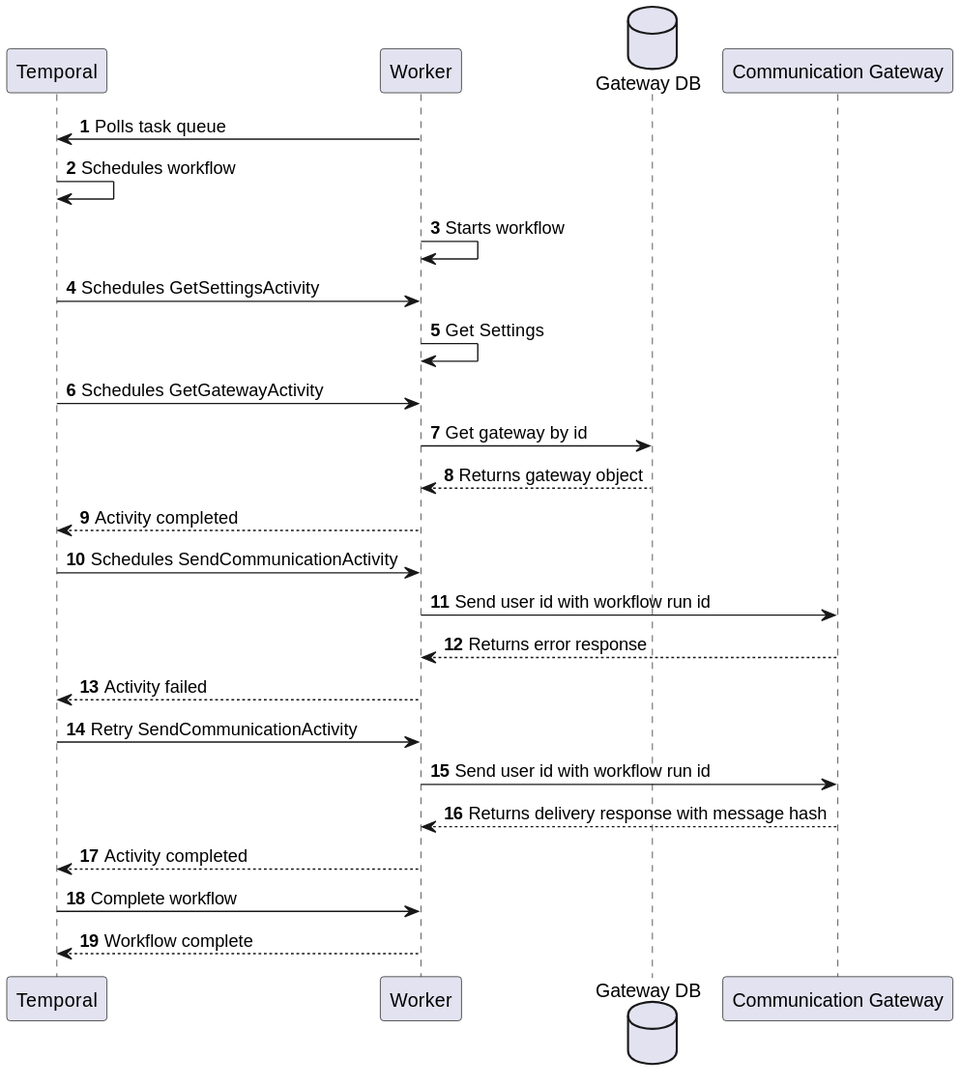
Above: Designs/Images/Sequence Diagrams/SendCommunicationHandleError.svg in CameronWard301/communication_scheduler (PlantUML), before the change.
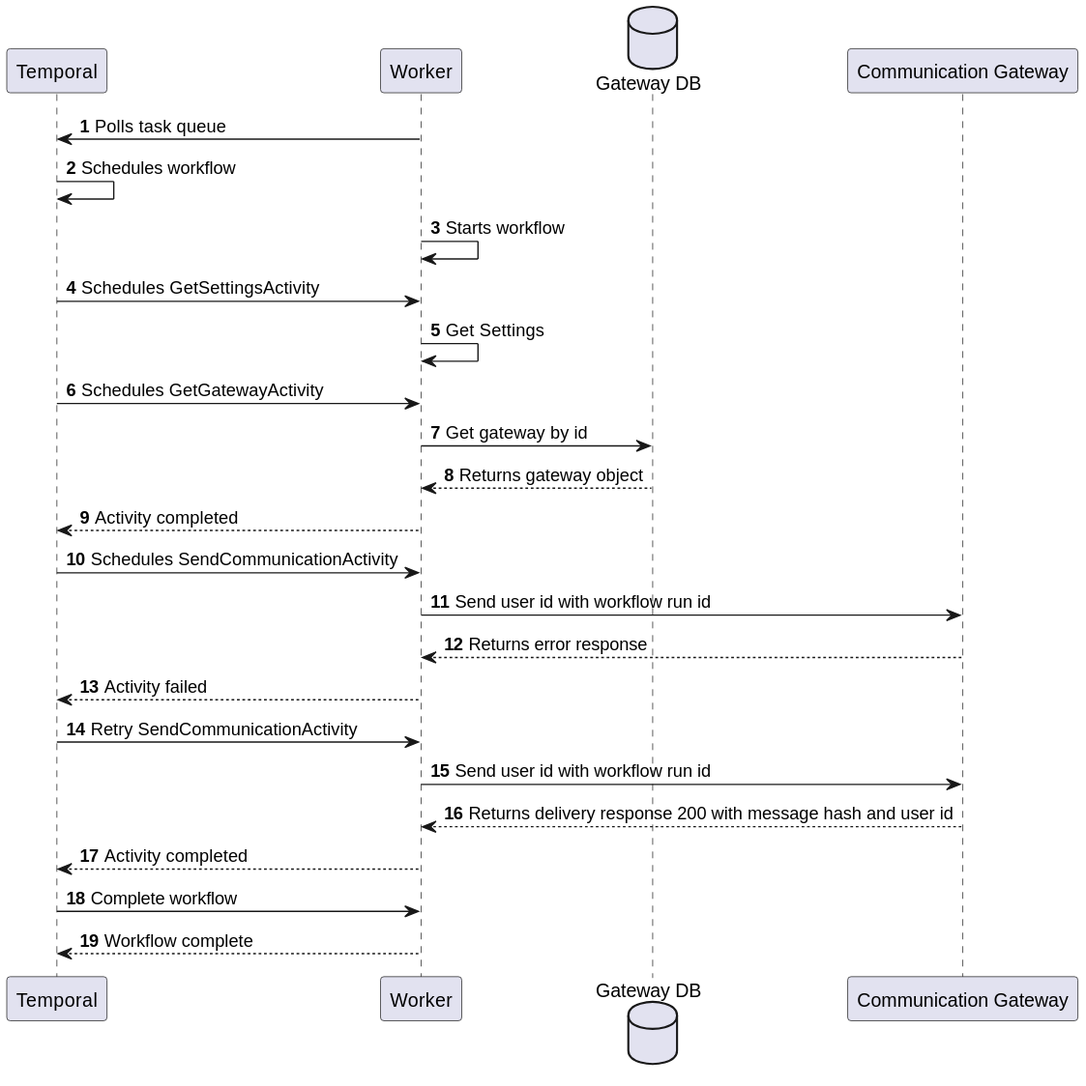
The same file after the commit.

Change to the diagram source:
```diff
@@ -22,7 +22,7 @@
 worker --> temporal: Activity failed
 temporal -> worker: Retry SendCommunicationActivity
 worker -> cgw: Send user id with workflow run id
-cgw --> worker: Returns delivery response with message hash
+cgw --> worker: Returns delivery response 200 with message hash and user id
 worker --> temporal: Activity completed
 temporal -> worker: Complete workflow
 worker --> temporal: Workflow complete
```
